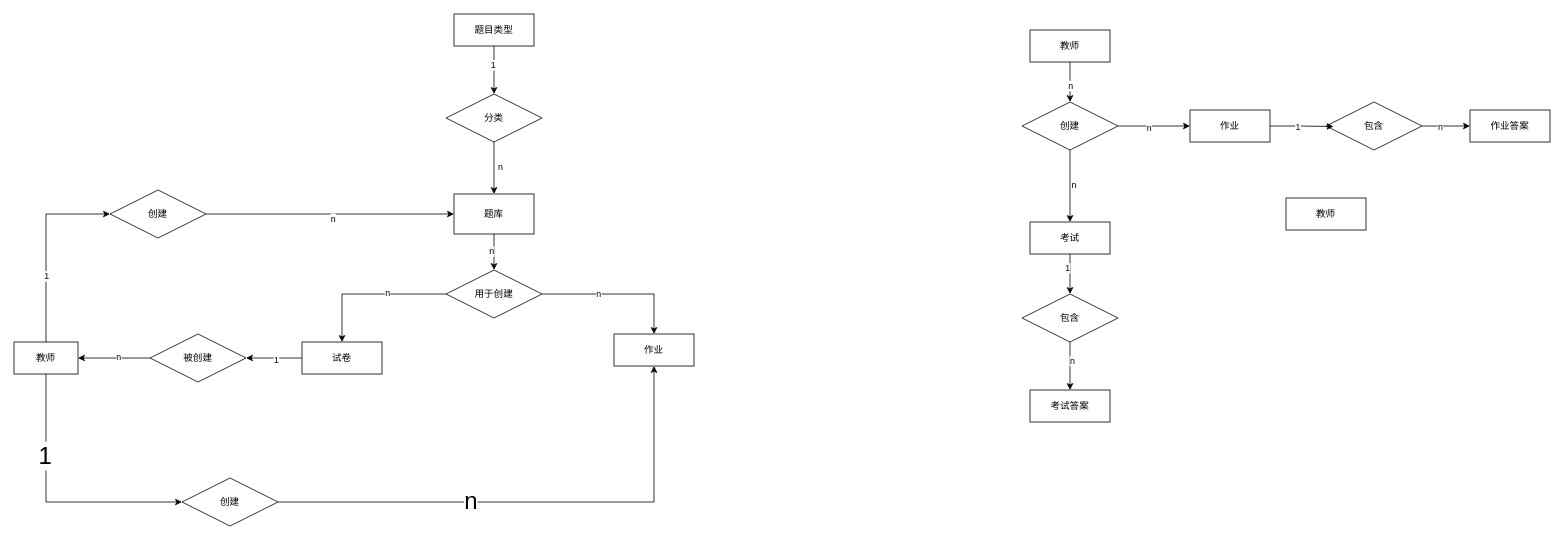
Before: 作业与考试模块.drawio in ytrLove/text_repo, a draw.io diagram. Source tidied: cells renumbered, new cells numbered last; positions are measured from the earlier drawing's top-left corner, leaving out a move shared by most shapes. Both pictures are drawn from the tidied source at 80%, with x=0, y=0 at pixel (14, 14).
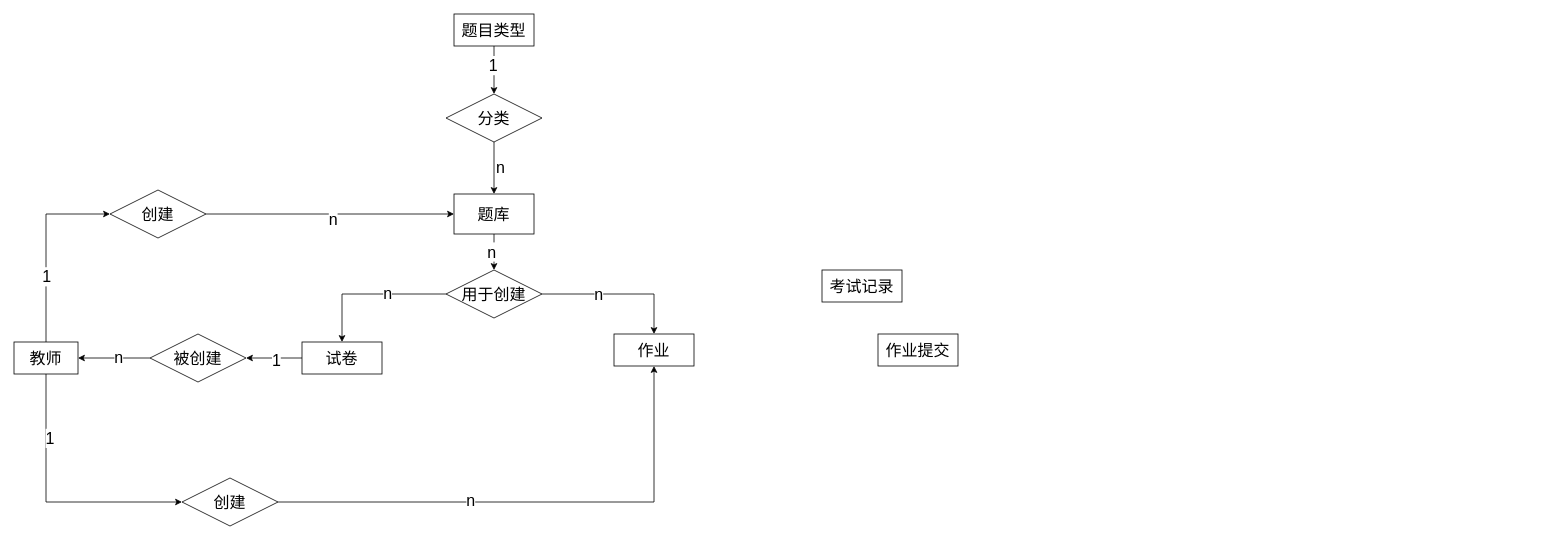
Above is the later version.

Commit message (it also covers changes not shown here):
更新作业与考试模块.drawio

Change to the diagram source:
```diff
@@
-    <mxCell id="2" style="edgeStyle=orthogonalEdgeStyle;rounded=0;jettySize=auto;html=1;exitX=0.5;exitY=1;exitDx=0;exitDy=0;entryX=0.5;entryY=0;entryDx=0;entryDy=0;" parent="1" edge="1" source="4" target="42">
+    <mxCell id="2" style="edgeStyle=orthogonalEdgeStyle;rounded=0;jettySize=auto;html=1;exitX=0.5;exitY=1;exitDx=0;exitDy=0;entryX=0.5;entryY=0;entryDx=0;entryDy=0;fontSize=20;" parent="1" edge="1" source="4" target="42">
       <mxGeometry relative="1" as="geometry" />
     </mxCell>
-    <mxCell id="3" value="n" style="edgeLabel;html=1;align=center;verticalAlign=middle;" parent="2" vertex="1">
+    <mxCell id="3" value="n" style="edgeLabel;html=1;align=center;verticalAlign=middle;fontSize=20;" parent="2" vertex="1">
       <mxGeometry x="-0.06" y="-4" relative="1" as="geometry" />
     </mxCell>
-    <mxCell id="4" value="题库" style="whiteSpace=wrap;html=1;align=center;" parent="1" vertex="1">
+    <mxCell id="4" value="题库" style="whiteSpace=wrap;html=1;align=center;fontSize=20;" parent="1" vertex="1">
       <mxGeometry x="550" y="225" width="100" height="50" as="geometry" />
     </mxCell>
-    <mxCell id="5" style="edgeStyle=orthogonalEdgeStyle;rounded=0;jettySize=auto;html=1;exitX=0.5;exitY=1;exitDx=0;exitDy=0;entryX=0.5;entryY=0;entryDx=0;entryDy=0;" parent="1" edge="1" source="7" target="19">
+    <mxCell id="5" style="edgeStyle=orthogonalEdgeStyle;rounded=0;jettySize=auto;html=1;exitX=0.5;exitY=1;exitDx=0;exitDy=0;entryX=0.5;entryY=0;entryDx=0;entryDy=0;fontSize=20;" parent="1" edge="1" source="7" target="19">
       <mxGeometry relative="1" as="geometry" />
     </mxCell>
-    <mxCell id="6" value="1" style="edgeLabel;html=1;align=center;verticalAlign=middle;" parent="5" vertex="1">
+    <mxCell id="6" value="1" style="edgeLabel;html=1;align=center;verticalAlign=middle;fontSize=20;" parent="5" vertex="1">
       <mxGeometry x="-0.24" y="-2" relative="1" as="geometry" />
     </mxCell>
-    <mxCell id="7" value="题目类型" style="whiteSpace=wrap;html=1;align=center;" parent="1" vertex="1">
+    <mxCell id="7" value="题目类型" style="whiteSpace=wrap;html=1;align=center;fontSize=20;" parent="1" vertex="1">
       <mxGeometry x="550" width="100" height="40" as="geometry" />
     </mxCell>
-    <mxCell id="8" style="edgeStyle=orthogonalEdgeStyle;rounded=0;jettySize=auto;html=1;" parent="1" edge="1" source="10" target="50">
+    <mxCell id="8" style="edgeStyle=orthogonalEdgeStyle;rounded=0;jettySize=auto;html=1;fontSize=20;" parent="1" edge="1" source="10" target="50">
       <mxGeometry relative="1" as="geometry" />
     </mxCell>
-    <mxCell id="9" value="1" style="edgeLabel;html=1;align=center;verticalAlign=middle;" parent="8" vertex="1">
+    <mxCell id="9" value="1" style="edgeLabel;html=1;align=center;verticalAlign=middle;fontSize=20;" parent="8" vertex="1">
       <mxGeometry x="-0.06" y="2" relative="1" as="geometry" />
     </mxCell>
-    <mxCell id="10" value="试卷" style="whiteSpace=wrap;html=1;align=center;" parent="1" vertex="1">
+    <mxCell id="10" value="试卷" style="whiteSpace=wrap;html=1;align=center;fontSize=20;" parent="1" vertex="1">
       <mxGeometry x="360" y="410" width="100" height="40" as="geometry" />
     </mxCell>
-    <mxCell id="11" value="作业" style="whiteSpace=wrap;html=1;align=center;" parent="1" vertex="1">
+    <mxCell id="11" value="作业" style="whiteSpace=wrap;html=1;align=center;fontSize=20;" parent="1" vertex="1">
       <mxGeometry x="750" y="400" width="100" height="40" as="geometry" />
     </mxCell>
-    <mxCell id="12" style="edgeStyle=orthogonalEdgeStyle;rounded=0;jettySize=auto;html=1;entryX=0.5;entryY=0;entryDx=0;entryDy=0;" parent="1" edge="1" source="14" target="24">
-      <mxGeometry relative="1" as="geometry" />
-    </mxCell>
-    <mxCell id="13" value="n" style="edgeLabel;html=1;align=center;verticalAlign=middle;" parent="12" vertex="1">
-      <mxGeometry x="0.15" relative="1" as="geometry" />
-    </mxCell>
-    <mxCell id="14" value="教师" style="whiteSpace=wrap;html=1;align=center;" parent="1" vertex="1">
-      <mxGeometry x="1270" y="20" width="100" height="40" as="geometry" />
-    </mxCell>
-    <mxCell id="15" value="教师" style="whiteSpace=wrap;html=1;align=center;" parent="1" vertex="1">
-      <mxGeometry x="1590" y="230" width="100" height="40" as="geometry" />
-    </mxCell>
-    <mxCell id="16" value="作业" style="whiteSpace=wrap;html=1;align=center;" parent="1" vertex="1">
-      <mxGeometry x="1470" y="120" width="100" height="40" as="geometry" />
-    </mxCell>
-    <mxCell id="17" style="edgeStyle=orthogonalEdgeStyle;rounded=0;jettySize=auto;html=1;entryX=0.5;entryY=0;entryDx=0;entryDy=0;" parent="1" edge="1" source="19" target="4">
+    <mxCell id="17" style="edgeStyle=orthogonalEdgeStyle;rounded=0;jettySize=auto;html=1;entryX=0.5;entryY=0;entryDx=0;entryDy=0;fontSize=20;" parent="1" edge="1" source="19" target="4">
       <mxGeometry relative="1" as="geometry" />
     </mxCell>
-    <mxCell id="18" value="n" style="edgeLabel;html=1;align=center;verticalAlign=middle;" parent="17" vertex="1">
+    <mxCell id="18" value="n" style="edgeLabel;html=1;align=center;verticalAlign=middle;fontSize=20;" parent="17" vertex="1">
       <mxGeometry x="-0.09" y="7" relative="1" as="geometry" />
     </mxCell>
-    <mxCell id="19" value="分类" style="shape=rhombus;perimeter=rhombusPerimeter;whiteSpace=wrap;html=1;align=center;" parent="1" vertex="1">
+    <mxCell id="19" value="分类" style="shape=rhombus;perimeter=rhombusPerimeter;whiteSpace=wrap;html=1;align=center;fontSize=20;" parent="1" vertex="1">
       <mxGeometry x="540" y="100" width="120" height="60" as="geometry" />
     </mxCell>
-    <mxCell id="20" style="edgeStyle=orthogonalEdgeStyle;rounded=0;jettySize=auto;html=1;entryX=0.5;entryY=0;entryDx=0;entryDy=0;" parent="1" edge="1" source="24" target="27">
-      <mxGeometry relative="1" as="geometry" />
-    </mxCell>
-    <mxCell id="21" value="n" style="edgeLabel;html=1;align=center;verticalAlign=middle;" parent="20" vertex="1">
-      <mxGeometry x="-0.05" y="4" relative="1" as="geometry" />
-    </mxCell>
-    <mxCell id="22" style="edgeStyle=orthogonalEdgeStyle;rounded=0;jettySize=auto;html=1;entryX=0;entryY=0.5;entryDx=0;entryDy=0;" parent="1" edge="1" source="24" target="16">
-      <mxGeometry relative="1" as="geometry" />
-    </mxCell>
-    <mxCell id="23" value="n" style="edgeLabel;html=1;align=center;verticalAlign=middle;" parent="22" vertex="1">
-      <mxGeometry x="-0.16" y="-2" relative="1" as="geometry" />
-    </mxCell>
-    <mxCell id="24" value="创建" style="shape=rhombus;perimeter=rhombusPerimeter;whiteSpace=wrap;html=1;align=center;" parent="1" vertex="1">
-      <mxGeometry x="1260" y="110" width="120" height="60" as="geometry" />
-    </mxCell>
-    <mxCell id="25" style="edgeStyle=orthogonalEdgeStyle;rounded=0;jettySize=auto;html=1;entryX=0.5;entryY=0;entryDx=0;entryDy=0;" parent="1" edge="1" source="27" target="32">
-      <mxGeometry relative="1" as="geometry" />
-    </mxCell>
-    <mxCell id="26" value="1" style="edgeLabel;html=1;align=center;verticalAlign=middle;" parent="25" vertex="1">
-      <mxGeometry x="-0.33" y="-4" relative="1" as="geometry" />
-    </mxCell>
-    <mxCell id="27" value="考试" style="whiteSpace=wrap;html=1;align=center;" parent="1" vertex="1">
-      <mxGeometry x="1270" y="260" width="100" height="40" as="geometry" />
-    </mxCell>
-    <mxCell id="28" value="考试答案" style="whiteSpace=wrap;html=1;align=center;" parent="1" vertex="1">
-      <mxGeometry x="1270" y="470" width="100" height="40" as="geometry" />
-    </mxCell>
-    <mxCell id="29" value="作业答案" style="whiteSpace=wrap;html=1;align=center;" parent="1" vertex="1">
-      <mxGeometry x="1820" y="120" width="100" height="40" as="geometry" />
-    </mxCell>
-    <mxCell id="30" style="edgeStyle=orthogonalEdgeStyle;rounded=0;jettySize=auto;html=1;entryX=0.5;entryY=0;entryDx=0;entryDy=0;" parent="1" edge="1" source="32" target="28">
-      <mxGeometry relative="1" as="geometry" />
-    </mxCell>
-    <mxCell id="31" value="n" style="edgeLabel;html=1;align=center;verticalAlign=middle;" parent="30" vertex="1">
-      <mxGeometry x="-0.24" y="2" relative="1" as="geometry" />
-    </mxCell>
-    <mxCell id="32" value="包含" style="shape=rhombus;perimeter=rhombusPerimeter;whiteSpace=wrap;html=1;align=center;" parent="1" vertex="1">
-      <mxGeometry x="1260" y="350" width="120" height="60" as="geometry" />
-    </mxCell>
-    <mxCell id="33" style="edgeStyle=orthogonalEdgeStyle;rounded=0;jettySize=auto;html=1;entryX=0;entryY=0.5;entryDx=0;entryDy=0;" parent="1" edge="1" source="35" target="29">
-      <mxGeometry relative="1" as="geometry" />
-    </mxCell>
-    <mxCell id="34" value="n" style="edgeLabel;html=1;align=center;verticalAlign=middle;" parent="33" vertex="1">
-      <mxGeometry x="-0.27" y="-1" relative="1" as="geometry" />
-    </mxCell>
-    <mxCell id="35" value="包含" style="shape=rhombus;perimeter=rhombusPerimeter;whiteSpace=wrap;html=1;align=center;" parent="1" vertex="1">
-      <mxGeometry x="1640" y="110" width="120" height="60" as="geometry" />
-    </mxCell>
-    <mxCell id="36" style="edgeStyle=orthogonalEdgeStyle;rounded=0;jettySize=auto;html=1;exitX=1;exitY=0.5;exitDx=0;exitDy=0;entryX=0.078;entryY=0.511;entryDx=0;entryDy=0;entryPerimeter=0;" parent="1" edge="1" source="16" target="35">
-      <mxGeometry relative="1" as="geometry" />
-    </mxCell>
-    <mxCell id="37" value="1" style="edgeLabel;html=1;align=center;verticalAlign=middle;" parent="36" vertex="1">
-      <mxGeometry x="-0.11" y="-2" relative="1" as="geometry">
-        <mxPoint x="-1" y="-1" as="offset" />
-      </mxGeometry>
-    </mxCell>
-    <mxCell id="38" style="edgeStyle=orthogonalEdgeStyle;rounded=0;jettySize=auto;html=1;exitX=0;exitY=0.5;exitDx=0;exitDy=0;entryX=0.5;entryY=0;entryDx=0;entryDy=0;" parent="1" edge="1" source="42" target="10">
+    <mxCell id="38" style="edgeStyle=orthogonalEdgeStyle;rounded=0;jettySize=auto;html=1;exitX=0;exitY=0.5;exitDx=0;exitDy=0;entryX=0.5;entryY=0;entryDx=0;entryDy=0;fontSize=20;" parent="1" edge="1" source="42" target="10">
       <mxGeometry relative="1" as="geometry" />
     </mxCell>
-    <mxCell id="39" value="n" style="edgeLabel;html=1;align=center;verticalAlign=middle;" parent="38" vertex="1">
+    <mxCell id="39" value="n" style="edgeLabel;html=1;align=center;verticalAlign=middle;fontSize=20;" parent="38" vertex="1">
       <mxGeometry x="-0.22" y="-2" relative="1" as="geometry" />
     </mxCell>
-    <mxCell id="40" style="edgeStyle=orthogonalEdgeStyle;rounded=0;jettySize=auto;html=1;exitX=1;exitY=0.5;exitDx=0;exitDy=0;entryX=0.5;entryY=0;entryDx=0;entryDy=0;" parent="1" edge="1" source="42" target="11">
+    <mxCell id="40" style="edgeStyle=orthogonalEdgeStyle;rounded=0;jettySize=auto;html=1;exitX=1;exitY=0.5;exitDx=0;exitDy=0;entryX=0.5;entryY=0;entryDx=0;entryDy=0;fontSize=20;" parent="1" edge="1" source="42" target="11">
       <mxGeometry relative="1" as="geometry" />
     </mxCell>
-    <mxCell id="41" value="n" style="edgeLabel;html=1;align=center;verticalAlign=middle;" parent="40" vertex="1">
+    <mxCell id="41" value="n" style="edgeLabel;html=1;align=center;verticalAlign=middle;fontSize=20;" parent="40" vertex="1">
       <mxGeometry x="-0.26" y="1" relative="1" as="geometry" />
     </mxCell>
-    <mxCell id="42" value="用于创建" style="shape=rhombus;perimeter=rhombusPerimeter;whiteSpace=wrap;html=1;align=center;" parent="1" vertex="1">
+    <mxCell id="42" value="用于创建" style="shape=rhombus;perimeter=rhombusPerimeter;whiteSpace=wrap;html=1;align=center;fontSize=20;" parent="1" vertex="1">
       <mxGeometry x="540" y="320" width="120" height="60" as="geometry" />
     </mxCell>
-    <mxCell id="43" style="edgeStyle=orthogonalEdgeStyle;rounded=0;jettySize=auto;html=1;exitX=0.5;exitY=0;exitDx=0;exitDy=0;entryX=0;entryY=0.5;entryDx=0;entryDy=0;" parent="1" edge="1" source="47" target="53">
+    <mxCell id="43" style="edgeStyle=orthogonalEdgeStyle;rounded=0;jettySize=auto;html=1;exitX=0.5;exitY=0;exitDx=0;exitDy=0;entryX=0;entryY=0.5;entryDx=0;entryDy=0;fontSize=20;" parent="1" edge="1" source="47" target="53">
       <mxGeometry relative="1" as="geometry" />
     </mxCell>
-    <mxCell id="44" value="1" style="edgeLabel;html=1;align=center;verticalAlign=middle;" parent="43" vertex="1">
+    <mxCell id="44" value="1" style="edgeLabel;html=1;align=center;verticalAlign=middle;fontSize=20;" parent="43" vertex="1">
       <mxGeometry x="-0.31" relative="1" as="geometry" />
     </mxCell>
-    <mxCell id="45" style="edgeStyle=orthogonalEdgeStyle;rounded=0;jettySize=auto;html=1;exitX=0.5;exitY=1;exitDx=0;exitDy=0;entryX=0;entryY=0.5;entryDx=0;entryDy=0;" parent="1" edge="1" source="47" target="56">
+    <mxCell id="45" style="edgeStyle=orthogonalEdgeStyle;rounded=0;jettySize=auto;html=1;exitX=0.5;exitY=1;exitDx=0;exitDy=0;entryX=0;entryY=0.5;entryDx=0;entryDy=0;fontSize=20;" parent="1" edge="1" source="47" target="56">
       <mxGeometry relative="1" as="geometry" />
     </mxCell>
-    <mxCell id="46" value="1" style="edgeLabel;html=1;align=center;verticalAlign=middle;fontSize=30;" parent="45" vertex="1">
-      <mxGeometry x="-0.39" y="-2" relative="1" as="geometry" />
-    </mxCell>
+    <mxCell id="57" value="1" style="edgeLabel;html=1;align=center;verticalAlign=middle;fontSize=20;" parent="45" vertex="1">
+      <mxGeometry x="-0.52" y="4" relative="1" as="geometry" />
+    </mxCell>
-    <mxCell id="47" value="教师" style="whiteSpace=wrap;html=1;align=center;" parent="1" vertex="1">
+    <mxCell id="47" value="教师" style="whiteSpace=wrap;html=1;align=center;fontSize=20;" parent="1" vertex="1">
       <mxGeometry y="410" width="80" height="40" as="geometry" />
     </mxCell>
-    <mxCell id="48" style="edgeStyle=orthogonalEdgeStyle;rounded=0;jettySize=auto;html=1;exitX=0;exitY=0.5;exitDx=0;exitDy=0;entryX=1;entryY=0.5;entryDx=0;entryDy=0;" parent="1" edge="1" source="50" target="47">
+    <mxCell id="48" style="edgeStyle=orthogonalEdgeStyle;rounded=0;jettySize=auto;html=1;exitX=0;exitY=0.5;exitDx=0;exitDy=0;entryX=1;entryY=0.5;entryDx=0;entryDy=0;fontSize=20;" parent="1" edge="1" source="50" target="47">
       <mxGeometry relative="1" as="geometry" />
     </mxCell>
-    <mxCell id="49" value="n" style="edgeLabel;html=1;align=center;verticalAlign=middle;" parent="48" vertex="1">
+    <mxCell id="49" value="n" style="edgeLabel;html=1;align=center;verticalAlign=middle;fontSize=20;" parent="48" vertex="1">
       <mxGeometry x="-0.11" y="-2" relative="1" as="geometry" />
     </mxCell>
-    <mxCell id="50" value="被创建" style="shape=rhombus;perimeter=rhombusPerimeter;whiteSpace=wrap;html=1;align=center;" parent="1" vertex="1">
+    <mxCell id="50" value="被创建" style="shape=rhombus;perimeter=rhombusPerimeter;whiteSpace=wrap;html=1;align=center;fontSize=20;" parent="1" vertex="1">
       <mxGeometry x="170" y="400" width="120" height="60" as="geometry" />
     </mxCell>
-    <mxCell id="51" style="edgeStyle=orthogonalEdgeStyle;rounded=0;jettySize=auto;html=1;entryX=0;entryY=0.5;entryDx=0;entryDy=0;" parent="1" edge="1" source="53" target="4">
+    <mxCell id="51" style="edgeStyle=orthogonalEdgeStyle;rounded=0;jettySize=auto;html=1;entryX=0;entryY=0.5;entryDx=0;entryDy=0;fontSize=20;" parent="1" edge="1" source="53" target="4">
       <mxGeometry relative="1" as="geometry" />
     </mxCell>
-    <mxCell id="52" value="n" style="edgeLabel;html=1;align=center;verticalAlign=middle;" parent="51" vertex="1">
+    <mxCell id="52" value="n" style="edgeLabel;html=1;align=center;verticalAlign=middle;fontSize=20;" parent="51" vertex="1">
       <mxGeometry x="0.02" y="-5" relative="1" as="geometry" />
     </mxCell>
-    <mxCell id="53" value="创建" style="shape=rhombus;perimeter=rhombusPerimeter;whiteSpace=wrap;html=1;align=center;" parent="1" vertex="1">
+    <mxCell id="53" value="创建" style="shape=rhombus;perimeter=rhombusPerimeter;whiteSpace=wrap;html=1;align=center;fontSize=20;" parent="1" vertex="1">
       <mxGeometry x="120" y="220" width="120" height="60" as="geometry" />
     </mxCell>
-    <mxCell id="54" style="edgeStyle=orthogonalEdgeStyle;rounded=0;jettySize=auto;html=1;exitX=1;exitY=0.5;exitDx=0;exitDy=0;entryX=0.5;entryY=1;entryDx=0;entryDy=0;" parent="1" edge="1" source="56" target="11">
+    <mxCell id="54" style="edgeStyle=orthogonalEdgeStyle;rounded=0;jettySize=auto;html=1;exitX=1;exitY=0.5;exitDx=0;exitDy=0;entryX=0.5;entryY=1;entryDx=0;entryDy=0;fontSize=20;" parent="1" edge="1" source="56" target="11">
       <mxGeometry relative="1" as="geometry" />
     </mxCell>
-    <mxCell id="55" value="n" style="edgeLabel;html=1;align=center;verticalAlign=middle;fontSize=30;" parent="54" vertex="1">
+    <mxCell id="55" value="n" style="edgeLabel;html=1;align=center;verticalAlign=middle;fontSize=20;" parent="54" vertex="1">
       <mxGeometry x="-0.25" y="3" relative="1" as="geometry" />
     </mxCell>
-    <mxCell id="56" value="创建" style="shape=rhombus;perimeter=rhombusPerimeter;whiteSpace=wrap;html=1;align=center;" parent="1" vertex="1">
+    <mxCell id="56" value="创建" style="shape=rhombus;perimeter=rhombusPerimeter;whiteSpace=wrap;html=1;align=center;fontSize=20;" parent="1" vertex="1">
       <mxGeometry x="210" y="580" width="120" height="60" as="geometry" />
     </mxCell>
+    <mxCell id="58" value="考试记录" style="whiteSpace=wrap;html=1;align=center;fontSize=20;" parent="1" vertex="1">
+      <mxGeometry x="1010" y="320" width="100" height="40" as="geometry" />
+    </mxCell>
+    <mxCell id="59" value="作业提交" style="whiteSpace=wrap;html=1;align=center;fontSize=20;" parent="1" vertex="1">
+      <mxGeometry x="1080" y="400" width="100" height="40" as="geometry" />
+    </mxCell>
```
